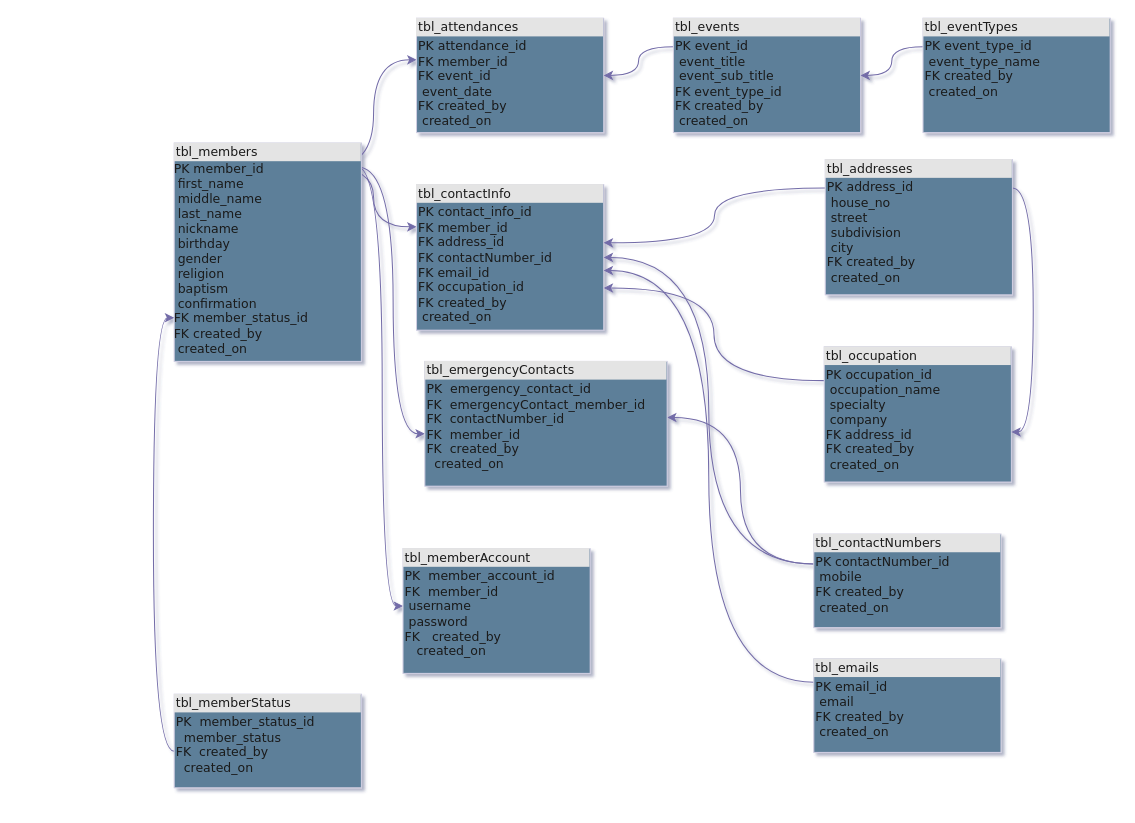
Before: Untitled Diagram.drawio in jbas1003/bld-app, a draw.io diagram. Source tidied: cells renumbered, new cells numbered last; positions are measured from the earlier drawing's top-left corner, leaving out a move shared by most shapes. Both pictures are drawn from the tidied source at 104%, with x=0, y=0 at pixel (174, 18).
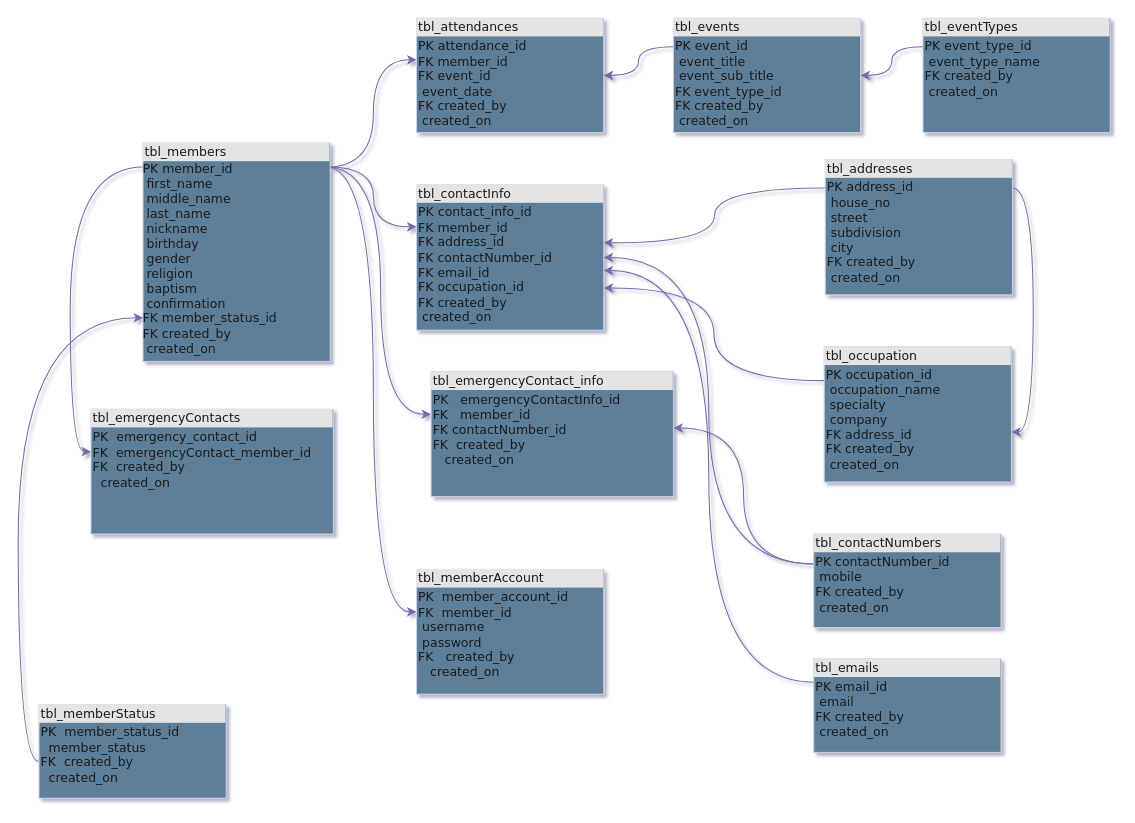
Above is the later version.

Commit message:
Update BLD-App ERD.drawio

The change refers to these unchanged cells:
```xml
<mxCell id="12" value="&lt;div style=&quot;box-sizing:border-box;width:100%;background:#e4e4e4;padding:2px;&quot;&gt;tbl_attendances&lt;/div&gt;&lt;table style=&quot;width:100%;font-size:1em;&quot; cellpadding=&quot;2&quot; cellspacing=&quot;0&quot;&gt;&lt;tbody&gt;&lt;tr&gt;&lt;td&gt;PK&lt;span style=&quot;white-space: pre;&quot;&gt; &lt;/span&gt;attendance_id&lt;br&gt;FK&lt;span style=&quot;white-space: pre;&quot;&gt; &lt;/span&gt;member_id&lt;br&gt;FK&lt;span style=&quot;white-space: pre;&quot;&gt; &lt;/span&gt;event_id&lt;br&gt;&lt;span style=&quot;white-space: pre;&quot;&gt; &lt;/span&gt;event_date&lt;br&gt;FK&lt;span style=&quot;white-space: pre;&quot;&gt; &lt;/span&gt;created_by&lt;br&gt;&lt;span style=&quot;white-space: pre;&quot;&gt; &lt;/span&gt;created_on&lt;br&gt;&lt;/td&gt;&lt;td&gt;&lt;/td&gt;&lt;/tr&gt;&lt;/tbody&gt;&lt;/table&gt;" style="verticalAlign=top;align=left;overflow=fill;html=1;rounded=0;shadow=0;comic=0;labelBackgroundColor=none;strokeWidth=1;fontFamily=Verdana;fontSize=12;fillColor=#5D7F99;strokeColor=#D0CEE2;fontColor=#1A1A1A;" parent="1" vertex="1">
  <mxGeometry x="233" width="180" height="110" as="geometry" />
</mxCell>
<mxCell id="24" value="&lt;div style=&quot;box-sizing: border-box ; width: 100% ; background: #e4e4e4 ; padding: 2px&quot;&gt;tbl_contactNumbers&lt;/div&gt;&lt;table style=&quot;width: 100% ; font-size: 1em&quot; cellpadding=&quot;2&quot; cellspacing=&quot;0&quot;&gt;&lt;tbody&gt;&lt;tr&gt;&lt;td&gt;PK&lt;span style=&quot;white-space: pre;&quot;&gt; &lt;/span&gt;contactNumber_id&lt;br&gt;&lt;span style=&quot;white-space: pre;&quot;&gt; &lt;/span&gt;mobile&lt;br&gt;FK&lt;span style=&quot;white-space: pre;&quot;&gt; &lt;/span&gt;created_by&lt;br&gt;&lt;span style=&quot;white-space: pre;&quot;&gt; &lt;/span&gt;created_on&lt;br&gt;&lt;/td&gt;&lt;td&gt;&lt;/td&gt;&lt;/tr&gt;&lt;/tbody&gt;&lt;/table&gt;" style="verticalAlign=top;align=left;overflow=fill;html=1;rounded=0;shadow=0;comic=0;labelBackgroundColor=none;strokeWidth=1;fontFamily=Verdana;fontSize=12;points=[[0,0,0,0,0],[0,0.32,0,0,0],[0,0.6,0,0,0],[0,0.75,0,0,0],[0,1,0,0,0],[0.25,0,0,0,0],[0.25,1,0,0,0],[0.5,0,0,0,0],[0.5,1,0,0,0],[0.75,0,0,0,0],[0.75,1,0,0,0],[1,0,0,0,0],[1,0.29,0,0,0],[1,0.6,0,0,0],[1,0.75,0,0,0],[1,1,0,0,0]];fillColor=#5D7F99;strokeColor=#D0CEE2;fontColor=#1A1A1A;" parent="1" vertex="1">
  <mxGeometry x="615" y="496" width="180" height="90" as="geometry" />
</mxCell>
```

Diff of the diagram source:
```diff
@@
-    <mxCell id="2" style="edgeStyle=orthogonalEdgeStyle;rounded=0;jettySize=auto;html=1;exitX=0.98;exitY=0.11;exitDx=0;exitDy=0;exitPerimeter=0;entryX=0;entryY=0.364;entryDx=0;entryDy=0;entryPerimeter=0;labelBackgroundColor=none;strokeColor=#736CA8;fontColor=default;curved=1;" parent="1" edge="1" target="12">
-      <mxGeometry relative="1" as="geometry">
-        <mxPoint x="149.4" y="143.1" as="sourcePoint" />
-      </mxGeometry>
+    <mxCell id="2" style="edgeStyle=orthogonalEdgeStyle;rounded=0;jettySize=auto;html=1;exitX=0.98;exitY=0.11;exitDx=0;exitDy=0;exitPerimeter=0;entryX=0;entryY=0.364;entryDx=0;entryDy=0;entryPerimeter=0;labelBackgroundColor=none;strokeColor=#736CA8;fontColor=default;curved=1;" parent="1" edge="1" source="6" target="12">
+      <mxGeometry relative="1" as="geometry" />
     </mxCell>
@@
+    <mxCell id="5" style="edgeStyle=orthogonalEdgeStyle;rounded=0;jettySize=auto;html=1;exitX=0.98;exitY=0.11;exitDx=0;exitDy=0;exitPerimeter=0;entryX=0;entryY=0.34;entryDx=0;entryDy=0;entryPerimeter=0;curved=1;strokeColor=#736CA8;" parent="1" edge="1" source="6" target="26">
+      <mxGeometry relative="1" as="geometry" />
+    </mxCell>
+    <mxCell id="27" style="edgeStyle=orthogonalEdgeStyle;rounded=0;jettySize=auto;html=1;exitX=0.98;exitY=0.11;exitDx=0;exitDy=0;exitPerimeter=0;entryX=0;entryY=0.34;entryDx=0;entryDy=0;entryPerimeter=0;strokeColor=#736CA8;curved=1;" parent="1" edge="1" source="6" target="29">
+      <mxGeometry relative="1" as="geometry" />
+    </mxCell>
-    <mxCell id="4" style="edgeStyle=orthogonalEdgeStyle;rounded=0;jettySize=auto;html=1;exitX=0.98;exitY=0.11;exitDx=0;exitDy=0;exitPerimeter=0;entryX=0;entryY=0.58;entryDx=0;entryDy=0;entryPerimeter=0;labelBackgroundColor=none;strokeColor=#736CA8;fontColor=default;curved=1;" parent="1" edge="1" source="6" target="25">
+    <mxCell id="4" style="edgeStyle=orthogonalEdgeStyle;rounded=0;jettySize=auto;html=1;exitX=0;exitY=0.11;exitDx=0;exitDy=0;exitPerimeter=0;entryX=0;entryY=0.34;entryDx=0;entryDy=0;entryPerimeter=0;strokeColor=#736CA8;curved=1;" parent="1" edge="1" source="6" target="25">
       <mxGeometry relative="1" as="geometry" />
     </mxCell>
-    <mxCell id="5" style="edgeStyle=orthogonalEdgeStyle;rounded=0;jettySize=auto;html=1;exitX=0.98;exitY=0.11;exitDx=0;exitDy=0;exitPerimeter=0;entryX=0;entryY=0.46;entryDx=0;entryDy=0;entryPerimeter=0;curved=1;strokeColor=#736CA8;" parent="1" edge="1" source="6" target="26">
-      <mxGeometry relative="1" as="geometry" />
-    </mxCell>
     <mxCell id="6" value="&lt;div style=&quot;box-sizing:border-box;width:100%;background:#e4e4e4;padding:2px;&quot;&gt;tbl_members&lt;/div&gt;PK&lt;span style=&quot;white-space: pre;&quot;&gt; &lt;/span&gt;member_id&lt;br&gt;&lt;span style=&quot;white-space: pre;&quot;&gt; &lt;/span&gt;first_name&lt;br&gt;&lt;span style=&quot;white-space: pre;&quot;&gt; &lt;/span&gt;middle_name&lt;br&gt;&lt;span style=&quot;white-space: pre;&quot;&gt; &lt;/span&gt;last_name&lt;br&gt;&lt;span style=&quot;white-space: pre;&quot;&gt; &lt;/span&gt;nickname&lt;br&gt;&lt;span style=&quot;white-space: pre;&quot;&gt; &lt;/span&gt;birthday&lt;br&gt;&lt;span style=&quot;white-space: pre;&quot;&gt; &lt;/span&gt;gender&lt;br&gt;&lt;span style=&quot;white-space: pre;&quot;&gt; &lt;/span&gt;religion&lt;br&gt;&lt;span style=&quot;white-space: pre;&quot;&gt; &lt;/span&gt;baptism&lt;br&gt;&lt;span style=&quot;white-space: pre;&quot;&gt; &lt;/span&gt;confirmation&lt;br&gt;FK&lt;span style=&quot;white-space: pre;&quot;&gt; &lt;/span&gt;member_status_id&lt;br&gt;&lt;span style=&quot;white-space: pre;&quot;&gt;FK&lt;span style=&quot;white-space: pre;&quot;&gt; &lt;/span&gt;created_by&lt;br&gt;&lt;span style=&quot;white-space: pre;&quot;&gt; &lt;/span&gt;created_on &lt;/span&gt;" style="verticalAlign=top;align=left;overflow=fill;html=1;rounded=0;shadow=0;comic=0;labelBackgroundColor=none;strokeWidth=1;fontFamily=Verdana;fontSize=12;points=[[0,0,0,0,0],[0,0.11,0,0,0],[0,0.8,0,0,0],[0,0.88,0,0,0],[0,1,0,0,0],[0.25,0,0,0,0],[0.25,1,0,0,0],[0.5,0,0,0,0],[0.5,1,0,0,0],[0.75,0,0,0,0],[0.75,1,0,0,0],[0.98,0.11,0,0,0],[1,0,0,0,0],[1,0.8,0,0,0],[1,0.88,0,0,0],[1,1,0,0,0]];fillColor=#5D7F99;strokeColor=#D0CEE2;fontColor=#1A1A1A;" parent="1" vertex="1">
-      <mxGeometry y="120" width="180" height="210" as="geometry" />
+      <mxGeometry x="-30" y="120" width="180" height="210" as="geometry" />
     </mxCell>
@@
     <mxCell id="10" value="&lt;div style=&quot;box-sizing:border-box;width:100%;background:#e4e4e4;padding:2px;&quot;&gt;tbl_memberStatus&lt;/div&gt;&lt;table style=&quot;width:100%;font-size:1em;&quot; cellpadding=&quot;2&quot; cellspacing=&quot;0&quot;&gt;&lt;tbody&gt;&lt;tr&gt;&lt;td&gt;PK&lt;span style=&quot;white-space: pre;&quot;&gt; &lt;span style=&quot;white-space: pre;&quot;&gt; &lt;/span&gt;&lt;/span&gt;member_status_id&lt;br&gt;&lt;span style=&quot;white-space: pre;&quot;&gt; &lt;span style=&quot;white-space: pre;&quot;&gt; &lt;/span&gt;&lt;/span&gt;member_status&lt;br&gt;FK&lt;span style=&quot;white-space: pre;&quot;&gt; &lt;span style=&quot;white-space: pre;&quot;&gt; &lt;/span&gt;&lt;/span&gt;created_by&lt;br&gt;&lt;span style=&quot;white-space: pre;&quot;&gt; &lt;span style=&quot;white-space: pre;&quot;&gt; &lt;/span&gt;&lt;/span&gt;created_on&lt;br&gt;&lt;/td&gt;&lt;td&gt;&lt;/td&gt;&lt;/tr&gt;&lt;/tbody&gt;&lt;/table&gt;" style="verticalAlign=top;align=left;overflow=fill;html=1;rounded=0;shadow=0;comic=0;labelBackgroundColor=none;strokeWidth=1;fontFamily=Verdana;fontSize=12;points=[[0,0,0,0,0],[0,0.28,0,0,0],[0,0.61,0,0,0],[0,0.75,0,0,0],[0,1,0,0,0],[0.25,0,0,0,0],[0.25,1,0,0,0],[0.5,0,0,0,0],[0.5,1,0,0,0],[0.75,0,0,0,0],[0.75,1,0,0,0],[1,0,0,0,0],[1,0.25,0,0,0],[1,0.61,0,0,0],[1,0.75,0,0,0],[1,1,0,0,0]];fillColor=#5D7F99;strokeColor=#D0CEE2;fontColor=#1A1A1A;" parent="1" vertex="1">
-      <mxGeometry y="650" width="180" height="90" as="geometry" />
+      <mxGeometry x="-130" y="660" width="180" height="90" as="geometry" />
     </mxCell>
@@
-    <mxCell id="23" style="edgeStyle=orthogonalEdgeStyle;rounded=0;jettySize=auto;html=1;exitX=0;exitY=0.32;exitDx=0;exitDy=0;exitPerimeter=0;entryX=1;entryY=0.45;entryDx=0;entryDy=0;entryPerimeter=0;labelBackgroundColor=none;strokeColor=#736CA8;fontColor=default;curved=1;" parent="1" edge="1" source="24" target="25">
-      <mxGeometry relative="1" as="geometry" />
-    </mxCell>
+    <mxCell id="28" style="edgeStyle=orthogonalEdgeStyle;rounded=0;jettySize=auto;html=1;exitX=0;exitY=0.32;exitDx=0;exitDy=0;exitPerimeter=0;entryX=1;entryY=0.45;entryDx=0;entryDy=0;entryPerimeter=0;curved=1;strokeColor=#736CA8;" parent="1" edge="1" source="24" target="29">
+      <mxGeometry relative="1" as="geometry" />
+    </mxCell>
@@
-    <mxCell id="25" value="&lt;div style=&quot;box-sizing: border-box ; width: 100% ; background: #e4e4e4 ; padding: 2px&quot;&gt;tbl_emergencyContacts&lt;/div&gt;&lt;table style=&quot;width: 100% ; font-size: 1em&quot; cellpadding=&quot;2&quot; cellspacing=&quot;0&quot;&gt;&lt;tbody&gt;&lt;tr&gt;&lt;td&gt;PK&lt;span style=&quot;white-space: pre;&quot;&gt; &lt;span style=&quot;white-space: pre;&quot;&gt; &lt;/span&gt;&lt;/span&gt;emergency_contact_id&lt;br&gt;FK&lt;span style=&quot;white-space: pre;&quot;&gt; &lt;span style=&quot;white-space: pre;&quot;&gt; &lt;/span&gt;emergencyContact_member_id&lt;/span&gt;&lt;br&gt;FK&lt;span style=&quot;white-space: pre;&quot;&gt; &lt;span style=&quot;white-space: pre;&quot;&gt; &lt;/span&gt;&lt;/span&gt;contactNumber_id&lt;br&gt;FK&lt;span style=&quot;white-space: pre;&quot;&gt; &lt;span style=&quot;white-space: pre;&quot;&gt; &lt;/span&gt;&lt;/span&gt;member_id&lt;br&gt;FK&lt;span style=&quot;white-space: pre;&quot;&gt; &lt;span style=&quot;white-space: pre;&quot;&gt; &lt;/span&gt;&lt;/span&gt;created_by&lt;br&gt;&lt;span style=&quot;white-space: pre;&quot;&gt; &lt;span style=&quot;white-space: pre;&quot;&gt; &lt;/span&gt;&lt;/span&gt;created_on&lt;br&gt;&lt;/td&gt;&lt;td&gt;&lt;/td&gt;&lt;/tr&gt;&lt;/tbody&gt;&lt;/table&gt;" style="verticalAlign=top;align=left;overflow=fill;html=1;rounded=0;shadow=0;comic=0;labelBackgroundColor=none;strokeWidth=1;fontFamily=Verdana;fontSize=12;points=[[0,0,0,0,0],[0,0.2,0,0,0],[0,0.34,0,0,0],[0,0.45,0,0,0],[0,0.58,0,0,0],[0,0.7,0,0,0],[0,1,0,0,0],[0.25,0,0,0,0],[0.25,1,0,0,0],[0.5,0,0,0,0],[0.5,1,0,0,0],[0.75,0,0,0,0],[0.75,1,0,0,0],[1,0,0,0,0],[1,0.2,0,0,0],[1,0.34,0,0,0],[1,0.45,0,0,0],[1,0.58,0,0,0],[1,0.7,0,0,0],[1,1,0,0,0]];fillColor=#5D7F99;strokeColor=#D0CEE2;fontColor=#1A1A1A;" parent="1" vertex="1">
-      <mxGeometry x="241" y="330" width="233" height="120" as="geometry" />
+    <mxCell id="25" value="&lt;div style=&quot;box-sizing: border-box ; width: 100% ; background: #e4e4e4 ; padding: 2px&quot;&gt;tbl_emergencyContacts&lt;/div&gt;&lt;table style=&quot;width: 100% ; font-size: 1em&quot; cellpadding=&quot;2&quot; cellspacing=&quot;0&quot;&gt;&lt;tbody&gt;&lt;tr&gt;&lt;td&gt;PK&lt;span style=&quot;white-space: pre;&quot;&gt; &lt;span style=&quot;white-space: pre;&quot;&gt; &lt;/span&gt;&lt;/span&gt;emergency_contact_id&lt;br&gt;FK&lt;span style=&quot;white-space: pre;&quot;&gt; &lt;span style=&quot;white-space: pre;&quot;&gt; &lt;/span&gt;emergencyContact_member_id&lt;/span&gt;&lt;br&gt;FK&lt;span style=&quot;white-space: pre;&quot;&gt; &lt;span style=&quot;white-space: pre;&quot;&gt; &lt;/span&gt;&lt;/span&gt;created_by&lt;br&gt;&lt;span style=&quot;white-space: pre;&quot;&gt; &lt;span style=&quot;white-space: pre;&quot;&gt; &lt;/span&gt;&lt;/span&gt;created_on&lt;br&gt;&lt;/td&gt;&lt;td&gt;&lt;/td&gt;&lt;/tr&gt;&lt;/tbody&gt;&lt;/table&gt;" style="verticalAlign=top;align=left;overflow=fill;html=1;rounded=0;shadow=0;comic=0;labelBackgroundColor=none;strokeWidth=1;fontFamily=Verdana;fontSize=12;points=[[0,0,0,0,0],[0,0.2,0,0,0],[0,0.34,0,0,0],[0,0.45,0,0,0],[0,0.58,0,0,0],[0,0.7,0,0,0],[0,1,0,0,0],[0.25,0,0,0,0],[0.25,1,0,0,0],[0.5,0,0,0,0],[0.5,1,0,0,0],[0.75,0,0,0,0],[0.75,1,0,0,0],[1,0,0,0,0],[1,0.2,0,0,0],[1,0.34,0,0,0],[1,0.45,0,0,0],[1,0.58,0,0,0],[1,0.7,0,0,0],[1,1,0,0,0]];fillColor=#5D7F99;strokeColor=#D0CEE2;fontColor=#1A1A1A;" parent="1" vertex="1">
+      <mxGeometry x="-80" y="376" width="233" height="120" as="geometry" />
     </mxCell>
-    <mxCell id="26" value="&lt;div style=&quot;box-sizing:border-box;width:100%;background:#e4e4e4;padding:2px;&quot;&gt;tbl_memberAccount&lt;/div&gt;&lt;table style=&quot;width:100%;font-size:1em;&quot; cellpadding=&quot;2&quot; cellspacing=&quot;0&quot;&gt;&lt;tbody&gt;&lt;tr&gt;&lt;td&gt;PK&lt;span style=&quot;white-space: pre;&quot;&gt; &lt;span style=&quot;white-space: pre;&quot;&gt; &lt;/span&gt;&lt;/span&gt;member_account_id&lt;br&gt;FK&lt;span style=&quot;white-space: pre;&quot;&gt; &lt;span style=&quot;white-space: pre;&quot;&gt; &lt;/span&gt;&lt;/span&gt;member_id&lt;br&gt;&lt;span style=&quot;white-space: pre;&quot;&gt; &lt;/span&gt;username&lt;br&gt;&lt;span style=&quot;white-space: pre;&quot;&gt; &lt;/span&gt;password&lt;br&gt;FK&lt;span style=&quot;white-space: pre;&quot;&gt; &lt;span style=&quot;white-space: pre;&quot;&gt; &lt;span style=&quot;white-space: pre;&quot;&gt; &lt;/span&gt;&lt;/span&gt;&lt;/span&gt;created_by&lt;br&gt;&lt;span style=&quot;white-space: pre;&quot;&gt; &lt;span style=&quot;white-space: pre;&quot;&gt; &lt;span style=&quot;white-space: pre;&quot;&gt; &lt;/span&gt;&lt;/span&gt;&lt;/span&gt;created_on&lt;br&gt;&lt;/td&gt;&lt;td&gt;&lt;/td&gt;&lt;/tr&gt;&lt;/tbody&gt;&lt;/table&gt;" style="verticalAlign=top;align=left;overflow=fill;html=1;rounded=0;shadow=0;comic=0;labelBackgroundColor=none;strokeWidth=1;fontFamily=Verdana;fontSize=12;points=[[0,0,0,0,0],[0,0.28,0,0,0],[0,0.46,0,0,0],[0,0.61,0,0,0],[0,1,0,0,0],[0.25,0,0,0,0],[0.25,1,0,0,0],[0.5,0,0,0,0],[0.5,1,0,0,0],[0.75,0,0,0,0],[0.75,1,0,0,0],[1,0,0,0,0],[1,0.25,0,0,0],[1,0.5,0,0,0],[1,0.64,0,0,0],[1,1,0,0,0]];fillColor=#5D7F99;strokeColor=#D0CEE2;fontColor=#1A1A1A;" parent="1" vertex="1">
-      <mxGeometry x="220" y="510" width="180" height="120" as="geometry" />
+    <mxCell id="26" value="&lt;div style=&quot;box-sizing:border-box;width:100%;background:#e4e4e4;padding:2px;&quot;&gt;tbl_memberAccount&lt;/div&gt;&lt;table style=&quot;width:100%;font-size:1em;&quot; cellpadding=&quot;2&quot; cellspacing=&quot;0&quot;&gt;&lt;tbody&gt;&lt;tr&gt;&lt;td&gt;PK&lt;span style=&quot;white-space: pre;&quot;&gt; &lt;span style=&quot;white-space: pre;&quot;&gt; &lt;/span&gt;&lt;/span&gt;member_account_id&lt;br&gt;FK&lt;span style=&quot;white-space: pre;&quot;&gt; &lt;span style=&quot;white-space: pre;&quot;&gt; &lt;/span&gt;&lt;/span&gt;member_id&lt;br&gt;&lt;span style=&quot;white-space: pre;&quot;&gt; &lt;/span&gt;username&lt;br&gt;&lt;span style=&quot;white-space: pre;&quot;&gt; &lt;/span&gt;password&lt;br&gt;FK&lt;span style=&quot;white-space: pre;&quot;&gt; &lt;span style=&quot;white-space: pre;&quot;&gt; &lt;span style=&quot;white-space: pre;&quot;&gt; &lt;/span&gt;&lt;/span&gt;&lt;/span&gt;created_by&lt;br&gt;&lt;span style=&quot;white-space: pre;&quot;&gt; &lt;span style=&quot;white-space: pre;&quot;&gt; &lt;span style=&quot;white-space: pre;&quot;&gt; &lt;/span&gt;&lt;/span&gt;&lt;/span&gt;created_on&lt;br&gt;&lt;/td&gt;&lt;td&gt;&lt;/td&gt;&lt;/tr&gt;&lt;/tbody&gt;&lt;/table&gt;" style="verticalAlign=top;align=left;overflow=fill;html=1;rounded=0;shadow=0;comic=0;labelBackgroundColor=none;strokeWidth=1;fontFamily=Verdana;fontSize=12;points=[[0,0,0,0,0],[0,0.22,0,0,0],[0,0.34,0,0,0],[0,0.61,0,0,0],[0,1,0,0,0],[0.25,0,0,0,0],[0.25,1,0,0,0],[0.5,0,0,0,0],[0.5,1,0,0,0],[0.75,0,0,0,0],[0.75,1,0,0,0],[1,0,0,0,0],[1,0.25,0,0,0],[1,0.5,0,0,0],[1,0.64,0,0,0],[1,1,0,0,0]];fillColor=#5D7F99;strokeColor=#D0CEE2;fontColor=#1A1A1A;" parent="1" vertex="1">
+      <mxGeometry x="233" y="530" width="180" height="120" as="geometry" />
     </mxCell>
+    <mxCell id="29" value="&lt;div style=&quot;box-sizing: border-box ; width: 100% ; background: #e4e4e4 ; padding: 2px&quot;&gt;tbl_emergencyContact_info&lt;/div&gt;&lt;table style=&quot;width: 100% ; font-size: 1em&quot; cellpadding=&quot;2&quot; cellspacing=&quot;0&quot;&gt;&lt;tbody&gt;&lt;tr&gt;&lt;td&gt;PK&lt;span style=&quot;white-space: pre;&quot;&gt; &lt;span style=&quot;white-space: pre;&quot;&gt; &lt;span style=&quot;white-space: pre;&quot;&gt; &lt;/span&gt;&lt;/span&gt;&lt;/span&gt;emergencyContactInfo_id&lt;br&gt;FK&lt;span style=&quot;white-space: pre;&quot;&gt; &lt;span style=&quot;white-space: pre;&quot;&gt; &lt;span style=&quot;white-space: pre;&quot;&gt; &lt;/span&gt;&lt;/span&gt;&lt;/span&gt;member_id&lt;br&gt;FK&lt;span style=&quot;white-space: pre;&quot;&gt; &lt;/span&gt;contactNumber_id&lt;br&gt;FK&lt;span style=&quot;white-space: pre;&quot;&gt; &lt;span style=&quot;white-space: pre;&quot;&gt; &lt;/span&gt;&lt;/span&gt;created_by&lt;br&gt;&lt;span style=&quot;white-space: pre;&quot;&gt; &lt;span style=&quot;white-space: pre;&quot;&gt; &lt;span style=&quot;white-space: pre;&quot;&gt; &lt;/span&gt;&lt;/span&gt;&lt;/span&gt;created_on&lt;br&gt;&lt;/td&gt;&lt;td&gt;&lt;/td&gt;&lt;/tr&gt;&lt;/tbody&gt;&lt;/table&gt;" style="verticalAlign=top;align=left;overflow=fill;html=1;rounded=0;shadow=0;comic=0;labelBackgroundColor=none;strokeWidth=1;fontFamily=Verdana;fontSize=12;points=[[0,0,0,0,0],[0,0.2,0,0,0],[0,0.34,0,0,0],[0,0.45,0,0,0],[0,0.58,0,0,0],[0,0.7,0,0,0],[0,1,0,0,0],[0.25,0,0,0,0],[0.25,1,0,0,0],[0.5,0,0,0,0],[0.5,1,0,0,0],[0.75,0,0,0,0],[0.75,1,0,0,0],[1,0,0,0,0],[1,0.2,0,0,0],[1,0.34,0,0,0],[1,0.45,0,0,0],[1,0.58,0,0,0],[1,0.7,0,0,0],[1,1,0,0,0]];fillColor=#5D7F99;strokeColor=#D0CEE2;fontColor=#1A1A1A;" parent="1" vertex="1">
+      <mxGeometry x="247" y="340" width="233" height="120" as="geometry" />
+    </mxCell>
```
